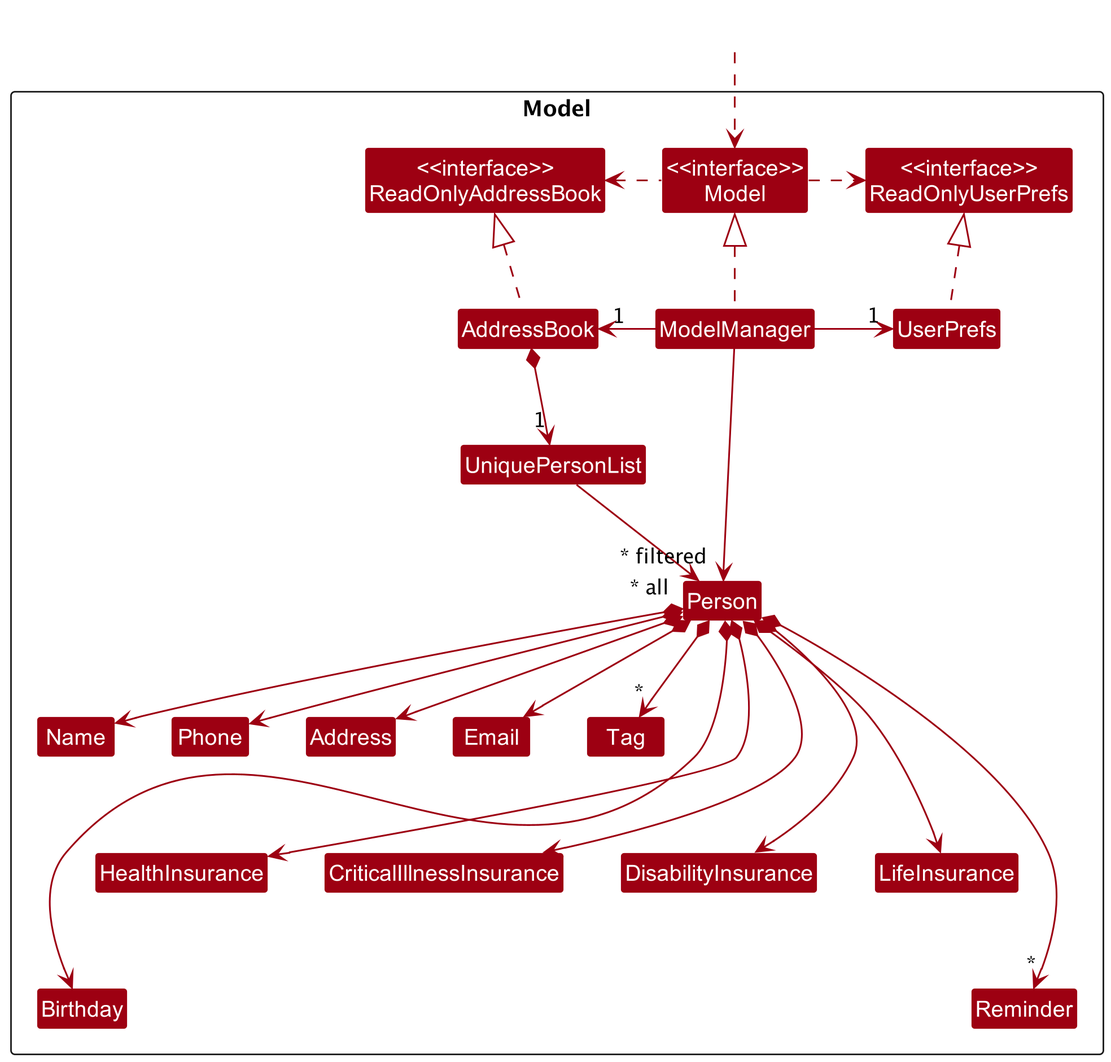
This is docs/images/ModelClassDiagram.png from nus-cs2103-AY2223S1/tp, a PlantUML export, as it was before one commit.
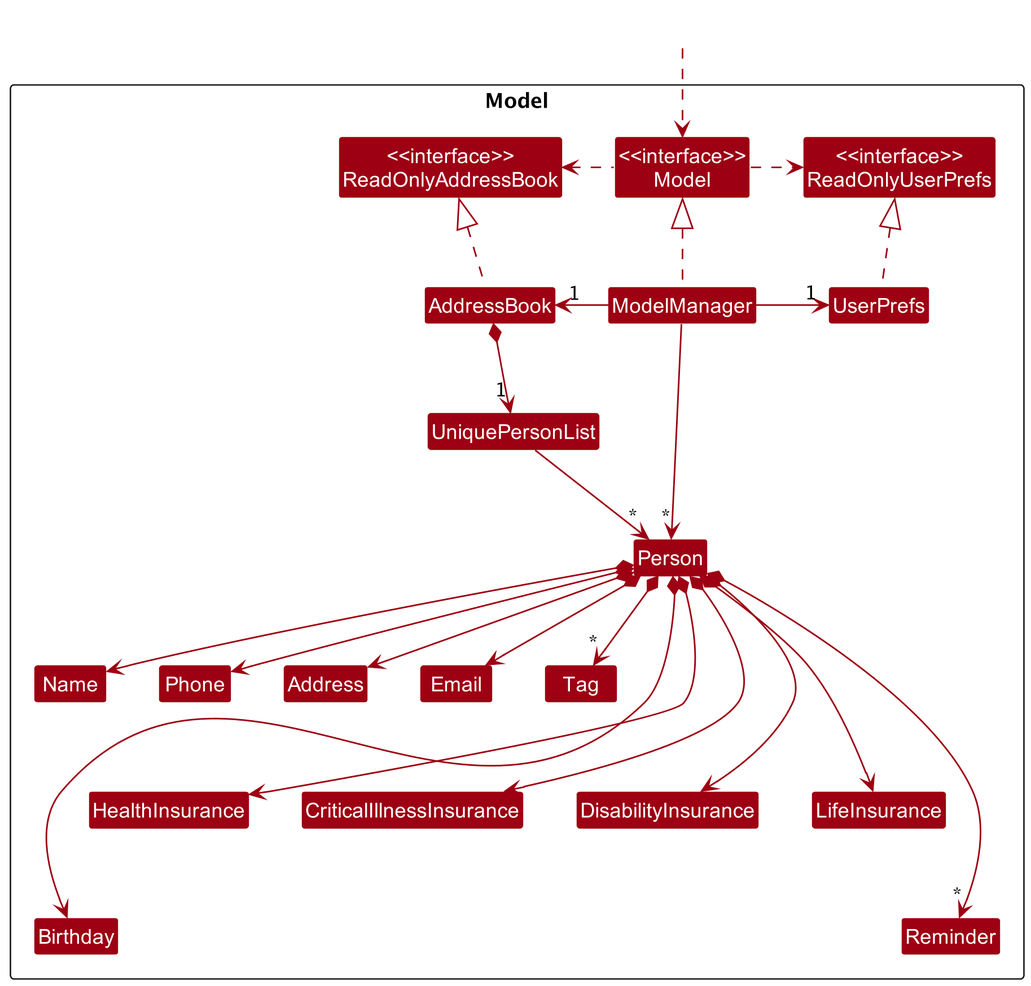
After the commit.

Commit message:
Update Model class diagram in DG

Diff of the diagram source:
```diff
@@ -40,7 +40,7 @@
 UserPrefs .up.|> ReadOnlyUserPrefs
 
 AddressBook *--> "1" UniquePersonList
-UniquePersonList --> "~* all" Person
+UniquePersonList --> "~*" Person
 Person *--> Name
 Person *--> Phone
 Person *--> Email
@@ -57,5 +57,5 @@
 Phone -[hidden]right-> Address
 Address -[hidden]right-> Email
 
-ModelManager -->"~* filtered" Person
+ModelManager -->"~*" Person
 @enduml
```
